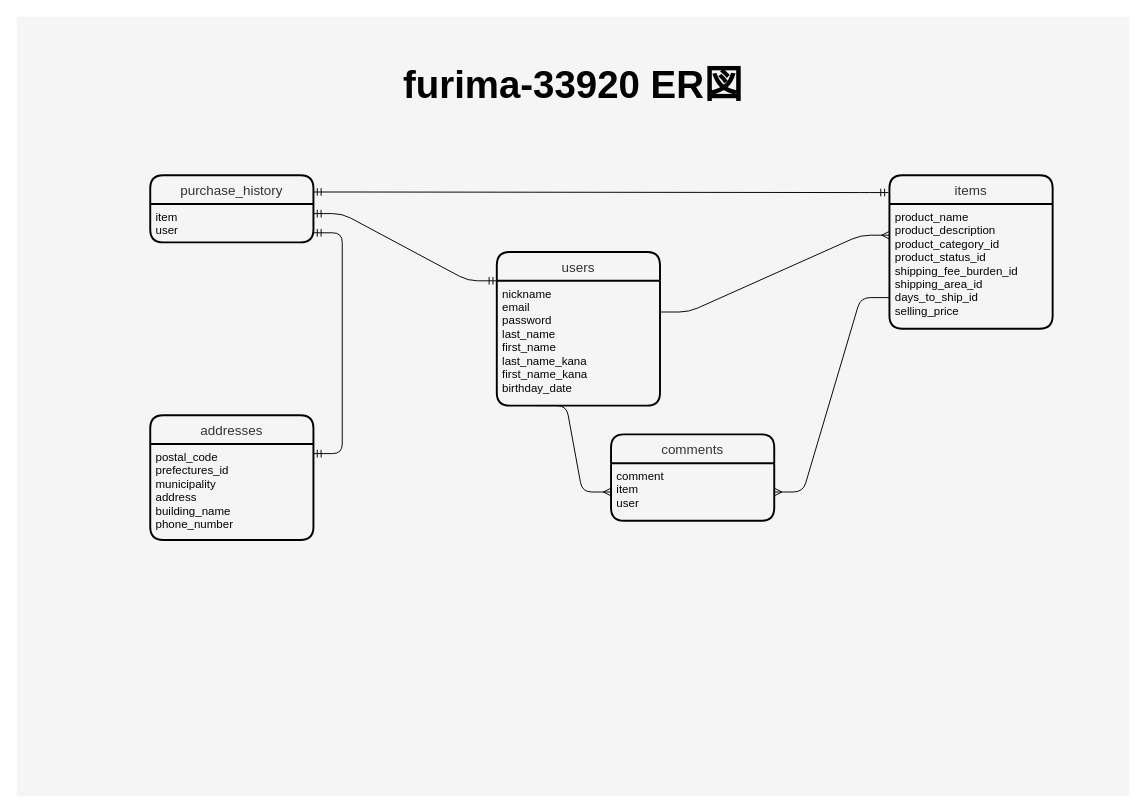
Earlier version of the draw.io diagram furima-33920.dio (HasuikeTadakatsu/furima-33920). Source tidied: cells renumbered, new cells numbered last; positions are measured from the earlier drawing's top-left corner, leaving out a move shared by most shapes. Both pictures are drawn from the tidied source at 96%, with x=0, y=0 at pixel (16, 16).
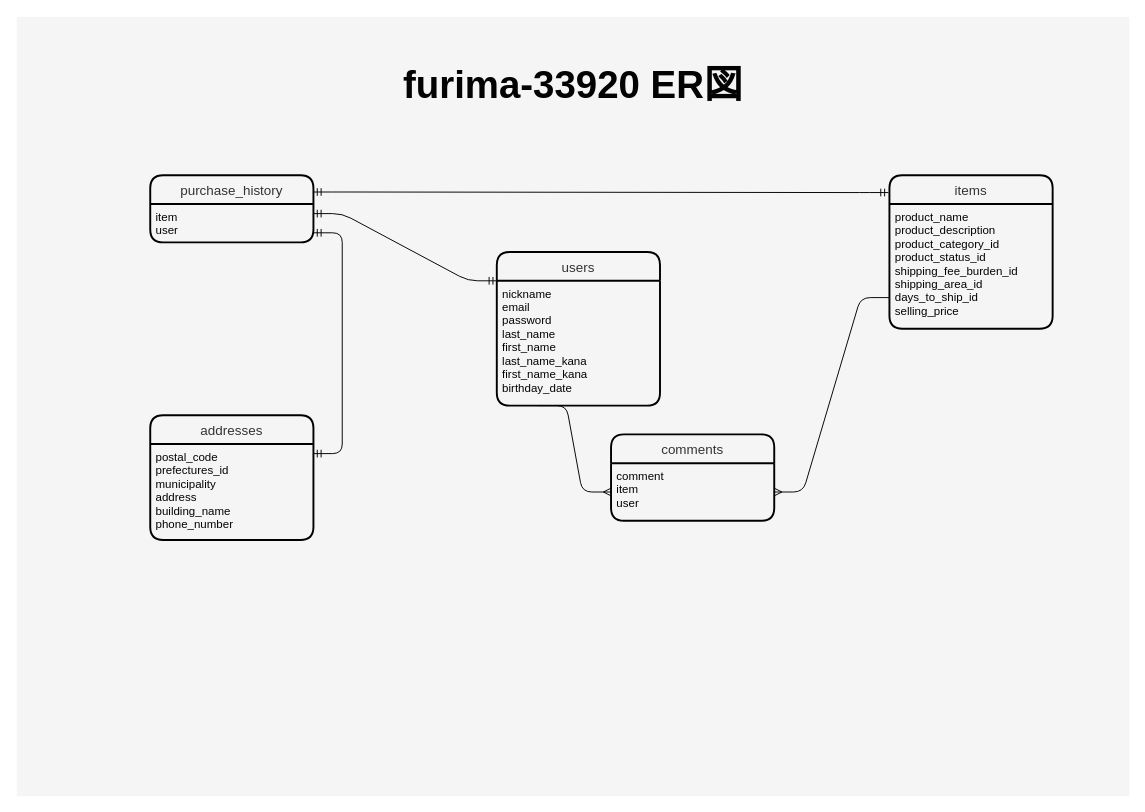
The same page after the edit.

Commit message (it also covers changes not shown here):
データベース設計(5回目)

The change refers to these unchanged cells:
```xml
<mxCell id="4" value="product_name&#10;product_description&#10;product_category_id&#10;product_status_id&#10;shipping_fee_burden_id&#10;shipping_area_id&#10;days_to_ship_id&#10;selling_price" style="align=left;strokeColor=none;fillColor=none;spacingLeft=4;fontSize=12;verticalAlign=top;fontColor=#030303;" parent="3" vertex="1">
  <mxGeometry y="30" width="170" height="130" as="geometry" />
</mxCell>
<mxCell id="13" value="nickname&#10;email&#10;password&#10;last_name&#10;first_name&#10;last_name_kana&#10;first_name_kana&#10;birthday_date" style="align=left;strokeColor=none;fillColor=none;spacingLeft=4;fontSize=12;verticalAlign=top;fontColor=#030303;" parent="12" vertex="1">
  <mxGeometry y="30" width="170" height="130" as="geometry" />
</mxCell>
```

Change to the diagram source:
```diff
@@
-    <mxCell id="16" style="edgeStyle=entityRelationEdgeStyle;fontSize=12;html=1;endArrow=ERmany;strokeColor=#000000;entryX=0;entryY=0.25;entryDx=0;entryDy=0;exitX=1;exitY=0.25;exitDx=0;exitDy=0;" parent="1" edge="1" source="13" target="4">
-      <mxGeometry relative="1" as="geometry" />
-    </mxCell>
```
